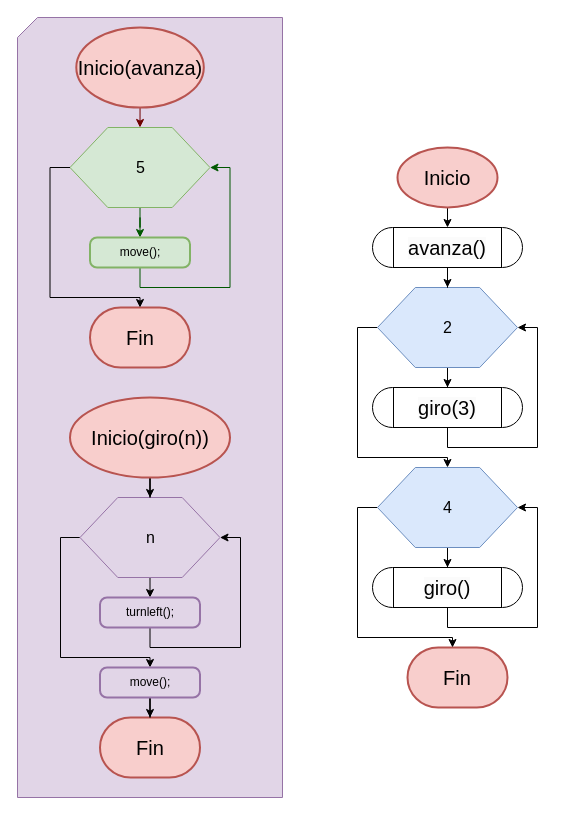
This is TrampolinF.drawio from PedroJOH/Ejercicios_karel, a draw.io file, before an edit. Source tidied: cells renumbered, new cells numbered last; positions are measured from the earlier drawing's top-left corner, leaving out a move shared by most shapes. Both pictures are drawn from the tidied source at 100%, with x=0, y=0 at pixel (17, 17).
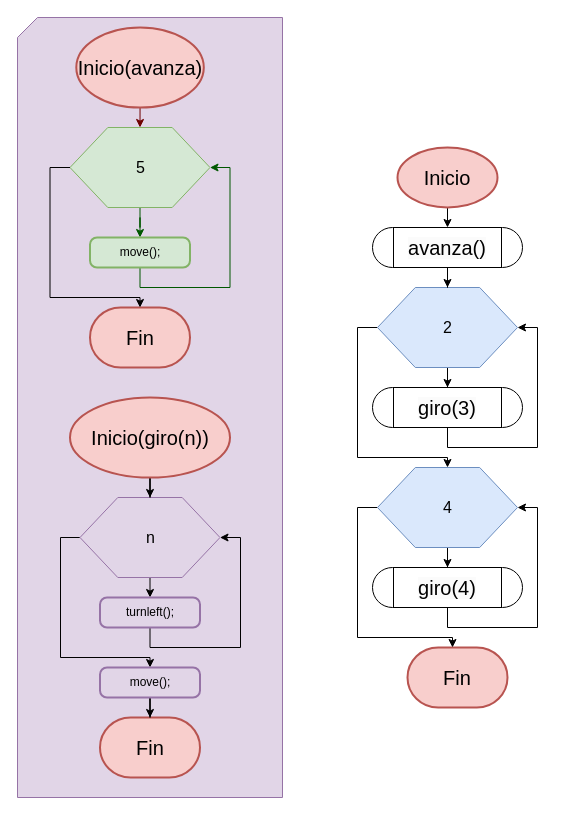
The same diagram, later.

Change to the diagram source:
```diff
@@
-    <mxCell id="35" value="&lt;span style=&quot;color: rgb(0, 0, 0); font-family: Helvetica; font-size: 20px; font-style: normal; font-variant-ligatures: normal; font-variant-caps: normal; font-weight: 400; letter-spacing: normal; orphans: 2; text-align: center; text-indent: 0px; text-transform: none; widows: 2; word-spacing: 0px; -webkit-text-stroke-width: 0px; background-color: rgb(251, 251, 251); text-decoration-thickness: initial; text-decoration-style: initial; text-decoration-color: initial; float: none; display: inline !important;&quot;&gt;giro()&lt;/span&gt;" style="verticalLabelPosition=middle;verticalAlign=middle;html=1;shape=process;whiteSpace=wrap;rounded=1;size=0.14;arcSize=50;labelPosition=center;align=center;" parent="1" vertex="1">
+    <mxCell id="35" value="&lt;span style=&quot;color: rgb(0, 0, 0); font-family: Helvetica; font-size: 20px; font-style: normal; font-variant-ligatures: normal; font-variant-caps: normal; font-weight: 400; letter-spacing: normal; orphans: 2; text-align: center; text-indent: 0px; text-transform: none; widows: 2; word-spacing: 0px; -webkit-text-stroke-width: 0px; background-color: rgb(251, 251, 251); text-decoration-thickness: initial; text-decoration-style: initial; text-decoration-color: initial; float: none; display: inline !important;&quot;&gt;giro(4)&lt;/span&gt;" style="verticalLabelPosition=middle;verticalAlign=middle;html=1;shape=process;whiteSpace=wrap;rounded=1;size=0.14;arcSize=50;labelPosition=center;align=center;" parent="1" vertex="1">
       <mxGeometry x="355" y="550" width="150" height="40" as="geometry" />
     </mxCell>
```
